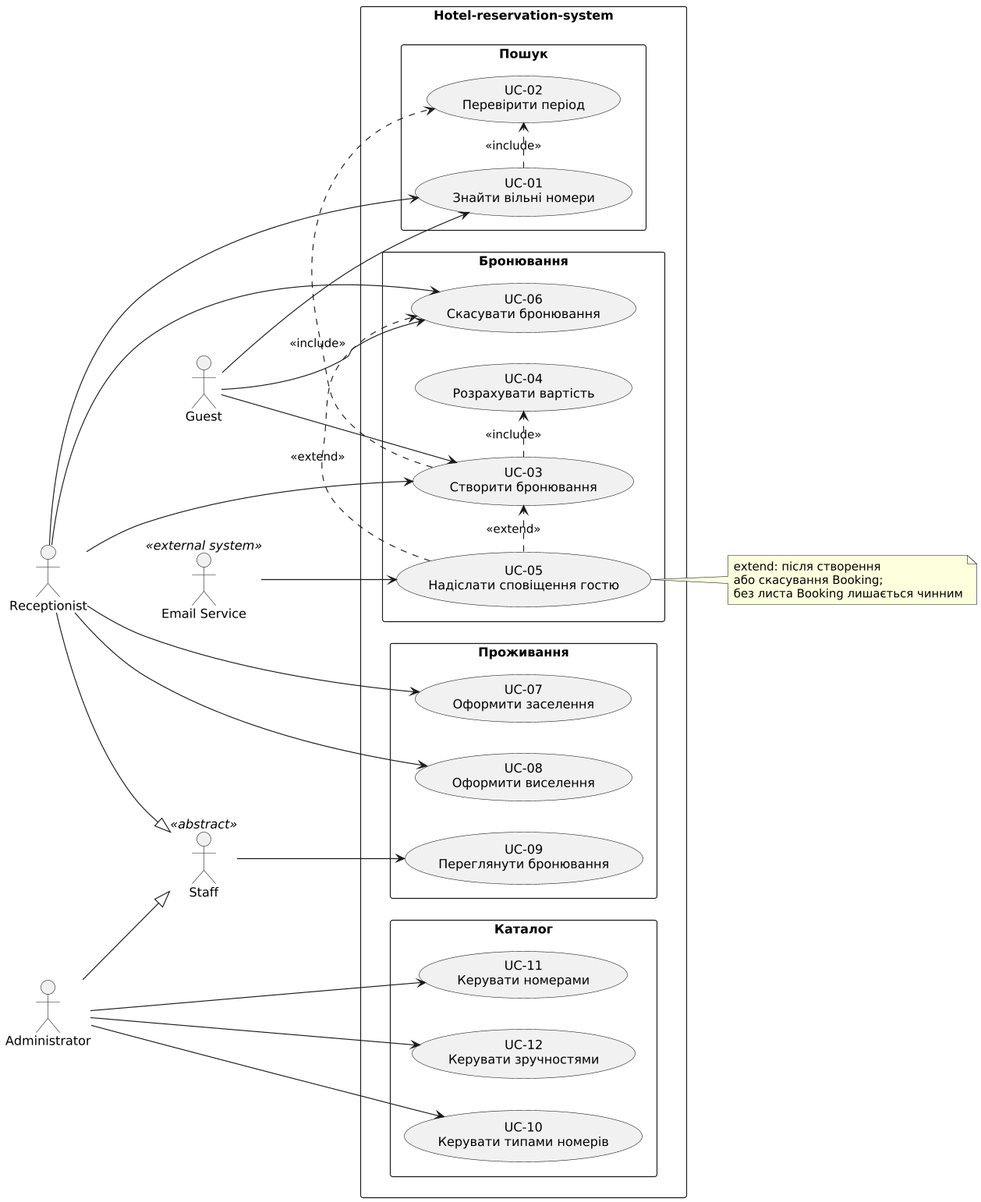
Above: Lab2/use-case-diagram.png in MrhyveR/Hotel-reservation-system (PlantUML), before the change.
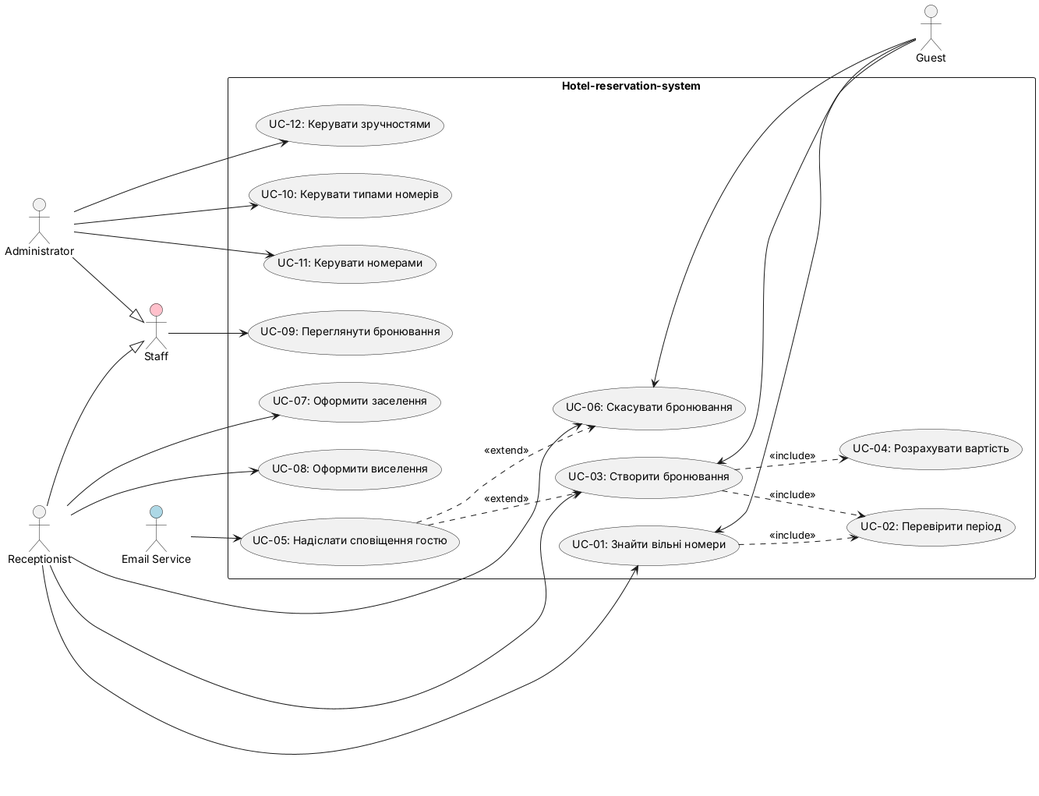
After the commit.

Change to the diagram source:
```diff
@@ -1,65 +1,52 @@
-@startuml use-case-diagram
+@startuml
 left to right direction
-skinparam shadowing false
 skinparam packageStyle rectangle
-skinparam defaultFontName DejaVu Sans
-skinparam dpi 110
 
-actor Guest
-actor Receptionist
-actor Administrator
-actor "Staff" as Staff <<abstract>>
-actor "Email Service" as Email <<external system>>
+actor Guest as "Guest"
+actor Receptionist as "Receptionist"
+actor Administrator as "Administrator"
+actor Staff as "Staff" #pink
+actor "Email Service" as EmailService #lightblue
 
 Receptionist --|> Staff
 Administrator --|> Staff
 
 rectangle "Hotel-reservation-system" {
-  rectangle "Пошук" {
-    usecase "UC-01\nЗнайти вільні номери" as UC01
-    usecase "UC-02\nПеревірити період" as UC02
-  }
-  rectangle "Бронювання" {
-    usecase "UC-03\nСтворити бронювання" as UC03
-    usecase "UC-04\nРозрахувати вартість" as UC04
-    usecase "UC-06\nСкасувати бронювання" as UC06
-    usecase "UC-05\nНадіслати сповіщення гостю" as UC05
-  }
-  rectangle "Проживання" {
-    usecase "UC-07\nОформити заселення" as UC07
-    usecase "UC-08\nОформити виселення" as UC08
-    usecase "UC-09\nПереглянути бронювання" as UC09
-  }
-  rectangle "Каталог" {
-    usecase "UC-10\nКерувати типами номерів" as UC10
-    usecase "UC-11\nКерувати номерами" as UC11
-    usecase "UC-12\nКерувати зручностями" as UC12
-  }
+  usecase "UC-01: Знайти вільні номери" as UC1
+  usecase "UC-02: Перевірити період" as UC2
+  usecase "UC-03: Створити бронювання" as UC3
+  usecase "UC-04: Розрахувати вартість" as UC4
+  usecase "UC-05: Надіслати сповіщення гостю" as UC5
+  usecase "UC-06: Скасувати бронювання" as UC6
+  usecase "UC-07: Оформити заселення" as UC7
+  usecase "UC-08: Оформити виселення" as UC8
+  usecase "UC-09: Переглянути бронювання" as UC9
+  usecase "UC-10: Керувати типами номерів" as UC10
+  usecase "UC-11: Керувати номерами" as UC11
+  usecase "UC-12: Керувати зручностями" as UC12
 }
 
-Guest --> UC01
-Guest --> UC03
-Guest --> UC06
-Receptionist --> UC01
-Receptionist --> UC03
-Receptionist --> UC06
-Receptionist --> UC07
-Receptionist --> UC08
-Staff --> UC09
+UC1 <-- Guest
+UC3 <-- Guest
+UC6 <-- Guest
+
+Receptionist --> UC1
+Receptionist --> UC3
+Receptionist --> UC6
+Receptionist --> UC7
+Receptionist --> UC8
+
 Administrator --> UC10
 Administrator --> UC11
 Administrator --> UC12
-Email --> UC05
 
-UC01 .> UC02 : <<include>>
-UC03 .> UC02 : <<include>>
-UC03 .> UC04 : <<include>>
-UC05 .> UC03 : <<extend>>
-UC05 .> UC06 : <<extend>>
+Staff --> UC9
 
-note right of UC05
-  extend: після створення
-  або скасування Booking;
-  без листа Booking лишається чинним
-end note
+EmailService --> UC5
+
+UC1 ..> UC2 : <<include>>
+UC3 ..> UC2 : <<include>>
+UC3 ..> UC4 : <<include>>
+UC5 ..> UC3 : <<extend>>
+UC5 ..> UC6 : <<extend>>
 @enduml
```
